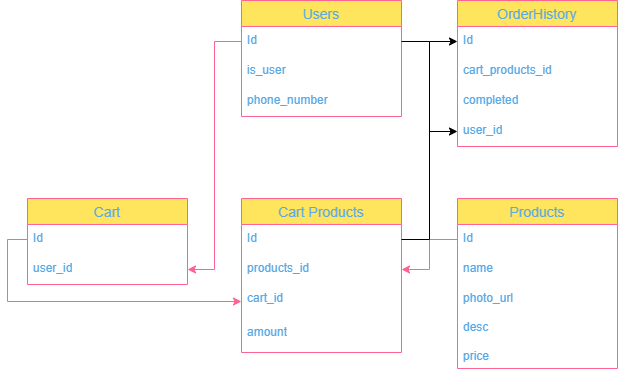
Earlier version of the draw.io export online-store-db.png (koyaware/evos-delivery-clone). Source tidied: cells renumbered, new cells last; positions are measured from the earlier drawing's top-left corner, leaving out a move shared by most shapes.
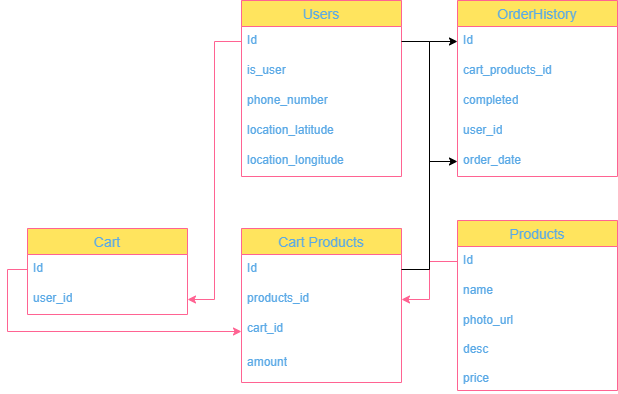
The same file after the commit.

The edit, as a diff of the source:
```diff
@@ -3,7 +3,7 @@
     <mxCell id="0" />
     <mxCell id="1" parent="0" />
     <mxCell id="2" value="Users" style="swimlane;fontStyle=0;horizontal=1;startSize=26;align=center;fontSize=14;labelBackgroundColor=none;fillColor=#FFE45E;strokeColor=#FF6392;fontColor=#5AA9E6;" parent="1" vertex="1">
-      <mxGeometry x="214" width="160" height="116" as="geometry" />
+      <mxGeometry x="214" y="-30" width="160" height="176" as="geometry" />
     </mxCell>
     <mxCell id="3" value="Id" style="text;strokeColor=none;fillColor=none;spacingLeft=4;spacingRight=4;overflow=hidden;points=[[0,0.5],[1,0.5]];portConstraint=eastwest;fontSize=12;whiteSpace=wrap;html=1;labelBackgroundColor=none;fontColor=#5AA9E6;" parent="2" vertex="1">
       <mxGeometry y="26" width="160" height="30" as="geometry" />
@@ -11,11 +11,17 @@
     <mxCell id="4" value="is_user" style="text;strokeColor=none;fillColor=none;spacingLeft=4;spacingRight=4;overflow=hidden;fontSize=12;whiteSpace=wrap;html=1;labelBackgroundColor=none;fontColor=#5AA9E6;" parent="2" vertex="1">
       <mxGeometry y="56" width="160" height="30" as="geometry" />
     </mxCell>
+    <mxCell id="28" value="phone_number" style="text;strokeColor=none;fillColor=none;spacingLeft=4;spacingRight=4;overflow=hidden;fontSize=12;whiteSpace=wrap;html=1;labelBackgroundColor=none;fontColor=#5AA9E6;" parent="2" vertex="1">
+      <mxGeometry y="86" width="160" height="30" as="geometry" />
+    </mxCell>
+    <mxCell id="29" value="location_latitude" style="text;strokeColor=none;fillColor=none;spacingLeft=4;spacingRight=4;overflow=hidden;fontSize=12;whiteSpace=wrap;html=1;labelBackgroundColor=none;fontColor=#5AA9E6;" parent="2" vertex="1">
+      <mxGeometry y="116" width="160" height="30" as="geometry" />
+    </mxCell>
-    <mxCell id="5" value="phone_number" style="text;strokeColor=none;fillColor=none;spacingLeft=4;spacingRight=4;overflow=hidden;fontSize=12;whiteSpace=wrap;html=1;labelBackgroundColor=none;fontColor=#5AA9E6;" parent="2" vertex="1">
-      <mxGeometry y="86" width="160" height="30" as="geometry" />
+    <mxCell id="5" value="location_longitude" style="text;strokeColor=none;fillColor=none;spacingLeft=4;spacingRight=4;overflow=hidden;fontSize=12;whiteSpace=wrap;html=1;labelBackgroundColor=none;fontColor=#5AA9E6;" parent="2" vertex="1">
+      <mxGeometry y="146" width="160" height="30" as="geometry" />
     </mxCell>
     <mxCell id="6" value="Products" style="swimlane;fontStyle=0;horizontal=1;startSize=26;align=center;fontSize=14;labelBackgroundColor=none;fillColor=#FFE45E;strokeColor=#FF6392;fontColor=#5AA9E6;" parent="1" vertex="1">
-      <mxGeometry x="430" y="198" width="160" height="170" as="geometry" />
+      <mxGeometry x="430" y="190" width="160" height="170" as="geometry" />
     </mxCell>
     <mxCell id="7" value="Id" style="text;strokeColor=none;fillColor=none;spacingLeft=4;spacingRight=4;overflow=hidden;points=[[0,0.5],[1,0.5]];portConstraint=eastwest;fontSize=12;whiteSpace=wrap;html=1;labelBackgroundColor=none;fontColor=#5AA9E6;" parent="6" vertex="1">
       <mxGeometry y="26" width="160" height="30" as="geometry" />
@@ -60,7 +66,7 @@
       <mxGeometry relative="1" as="geometry" />
     </mxCell>
     <mxCell id="21" value="OrderHistory" style="swimlane;fontStyle=0;horizontal=1;startSize=26;align=center;fontSize=14;labelBackgroundColor=none;fillColor=#FFE45E;strokeColor=#FF6392;fontColor=#5AA9E6;" parent="1" vertex="1">
-      <mxGeometry x="430" width="160" height="146" as="geometry" />
+      <mxGeometry x="430" y="-30" width="160" height="176" as="geometry" />
     </mxCell>
     <mxCell id="22" value="Id" style="text;strokeColor=none;fillColor=none;spacingLeft=4;spacingRight=4;overflow=hidden;points=[[0,0.5],[1,0.5]];portConstraint=eastwest;fontSize=12;whiteSpace=wrap;html=1;labelBackgroundColor=none;fontColor=#5AA9E6;" parent="21" vertex="1">
       <mxGeometry y="26" width="160" height="30" as="geometry" />
@@ -71,8 +77,11 @@
     <mxCell id="24" value="completed" style="text;strokeColor=none;fillColor=none;spacingLeft=4;spacingRight=4;overflow=hidden;fontSize=12;whiteSpace=wrap;html=1;labelBackgroundColor=none;fontColor=#5AA9E6;" parent="21" vertex="1">
       <mxGeometry y="86" width="160" height="30" as="geometry" />
     </mxCell>
+    <mxCell id="30" value="user_id" style="text;strokeColor=none;fillColor=none;spacingLeft=4;spacingRight=4;overflow=hidden;fontSize=12;whiteSpace=wrap;html=1;labelBackgroundColor=none;fontColor=#5AA9E6;" parent="21" vertex="1">
+      <mxGeometry y="116" width="160" height="30" as="geometry" />
+    </mxCell>
-    <mxCell id="25" value="user_id" style="text;strokeColor=none;fillColor=none;spacingLeft=4;spacingRight=4;overflow=hidden;points=[[0,0.5],[1,0.5]];portConstraint=eastwest;fontSize=12;whiteSpace=wrap;html=1;labelBackgroundColor=none;fontColor=#5AA9E6;" parent="21" vertex="1">
-      <mxGeometry y="116" width="160" height="30" as="geometry" />
+    <mxCell id="25" value="order_date" style="text;strokeColor=none;fillColor=none;spacingLeft=4;spacingRight=4;overflow=hidden;points=[[0,0.5],[1,0.5]];portConstraint=eastwest;fontSize=12;whiteSpace=wrap;html=1;labelBackgroundColor=none;fontColor=#5AA9E6;" parent="21" vertex="1">
+      <mxGeometry y="146" width="160" height="30" as="geometry" />
     </mxCell>
     <mxCell id="26" style="edgeStyle=orthogonalEdgeStyle;rounded=0;jettySize=auto;html=1;exitX=1;exitY=0.5;exitDx=0;exitDy=0;entryX=0;entryY=0.5;entryDx=0;entryDy=0;" parent="1" edge="1" source="14" target="22">
       <mxGeometry relative="1" as="geometry" />
```
